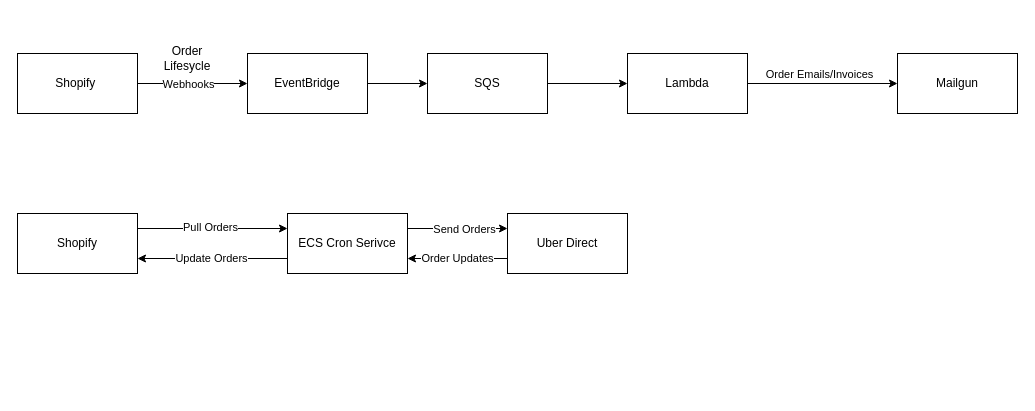
Above: page "Webhooks" (2 of 4) of Everytable_Draft_Diagrams.drawio in alexrsunrise/diagrams (draw.io), before the change. Source tidied: cells renumbered, new cells numbered last; positions are measured from the earlier drawing's top-left corner, leaving out a move shared by most shapes. Both pictures are drawn from the tidied source at 100%, with x=0, y=0 at pixel (17, 43).
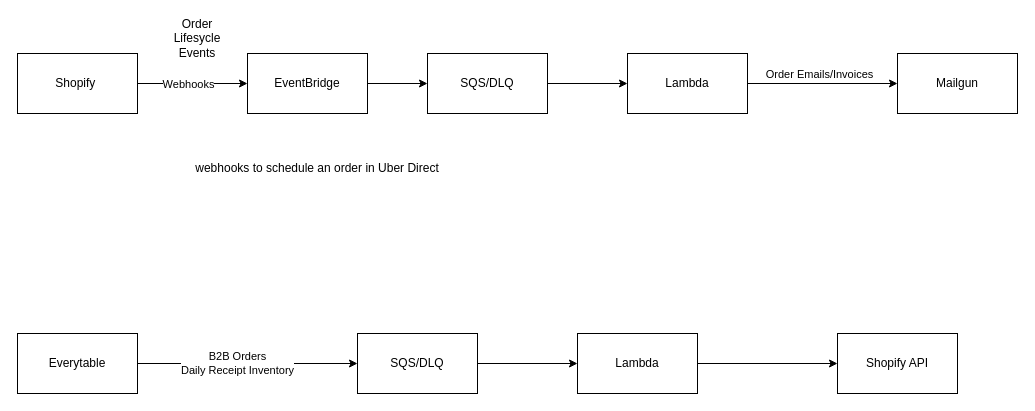
The same diagram, later.

Diff of the diagram source:
```diff
@@
-    <mxCell id="7" value="Order Lifesycle" style="text;html=1;align=center;verticalAlign=middle;whiteSpace=wrap;rounded=0;" parent="1" vertex="1">
-      <mxGeometry x="140" width="60" height="30" as="geometry" />
+    <mxCell id="7" value="Order Lifesycle Events" style="text;html=1;align=center;verticalAlign=middle;whiteSpace=wrap;rounded=0;" parent="1" vertex="1">
+      <mxGeometry x="150" y="-20" width="60" height="30" as="geometry" />
     </mxCell>
@@
-    <mxCell id="9" value="SQS" style="rounded=0;whiteSpace=wrap;html=1;" parent="1" vertex="1">
+    <mxCell id="9" value="SQS/DLQ" style="rounded=0;whiteSpace=wrap;html=1;" parent="1" vertex="1">
       <mxGeometry x="410" y="10" width="120" height="60" as="geometry" />
     </mxCell>
@@
-    <mxCell id="14" style="edgeStyle=orthogonalEdgeStyle;rounded=0;jettySize=auto;html=1;exitX=1;exitY=0.25;exitDx=0;exitDy=0;entryX=0;entryY=0.25;entryDx=0;entryDy=0;" parent="1" edge="1" source="16" target="21">
-      <mxGeometry relative="1" as="geometry" />
-    </mxCell>
-    <mxCell id="15" value="Pull Orders" style="edgeLabel;html=1;align=center;verticalAlign=middle;" parent="14" vertex="1">
-      <mxGeometry x="-0.04" y="2" relative="1" as="geometry" />
-    </mxCell>
-    <mxCell id="16" value="Shopify" style="rounded=0;whiteSpace=wrap;html=1;" parent="1" vertex="1">
-      <mxGeometry y="170" width="120" height="60" as="geometry" />
-    </mxCell>
-    <mxCell id="17" style="edgeStyle=orthogonalEdgeStyle;rounded=0;jettySize=auto;html=1;exitX=1;exitY=0.25;exitDx=0;exitDy=0;entryX=0;entryY=0.25;entryDx=0;entryDy=0;" parent="1" edge="1" source="21" target="23">
-      <mxGeometry relative="1" as="geometry" />
-    </mxCell>
-    <mxCell id="18" value="Send Orders" style="edgeLabel;html=1;align=center;verticalAlign=middle;" parent="17" vertex="1">
-      <mxGeometry x="0.12" relative="1" as="geometry" />
-    </mxCell>
-    <mxCell id="19" style="edgeStyle=orthogonalEdgeStyle;rounded=0;jettySize=auto;html=1;exitX=0;exitY=0.75;exitDx=0;exitDy=0;entryX=1;entryY=0.75;entryDx=0;entryDy=0;" parent="1" edge="1" source="21" target="16">
-      <mxGeometry relative="1" as="geometry" />
-    </mxCell>
-    <mxCell id="20" value="Update Orders" style="edgeLabel;html=1;align=center;verticalAlign=middle;" parent="19" vertex="1">
-      <mxGeometry x="0.03" y="-1" relative="1" as="geometry" />
-    </mxCell>
-    <mxCell id="21" value="ECS Cron Serivce" style="rounded=0;whiteSpace=wrap;html=1;" parent="1" vertex="1">
-      <mxGeometry x="270" y="170" width="120" height="60" as="geometry" />
-    </mxCell>
-    <mxCell id="22" value="Order Updates" style="edgeStyle=orthogonalEdgeStyle;rounded=0;jettySize=auto;html=1;exitX=0;exitY=0.75;exitDx=0;exitDy=0;entryX=1;entryY=0.75;entryDx=0;entryDy=0;" parent="1" edge="1" source="23" target="21">
-      <mxGeometry relative="1" as="geometry" />
-    </mxCell>
-    <mxCell id="23" value="Uber Direct" style="rounded=0;whiteSpace=wrap;html=1;" parent="1" vertex="1">
-      <mxGeometry x="490" y="170" width="120" height="60" as="geometry" />
-    </mxCell>
+    <mxCell id="24" style="edgeStyle=orthogonalEdgeStyle;rounded=0;jettySize=auto;html=1;entryX=0;entryY=0.5;entryDx=0;entryDy=0;" parent="1" edge="1" source="26" target="28">
+      <mxGeometry relative="1" as="geometry" />
+    </mxCell>
+    <mxCell id="25" value="B2B Orders&lt;div&gt;Daily Receipt Inventory&lt;/div&gt;" style="edgeLabel;html=1;align=center;verticalAlign=middle;" parent="24" vertex="1">
+      <mxGeometry x="-0.1" y="1" relative="1" as="geometry" />
+    </mxCell>
+    <mxCell id="26" value="Everytable" style="rounded=0;whiteSpace=wrap;html=1;" parent="1" vertex="1">
+      <mxGeometry y="290" width="120" height="60" as="geometry" />
+    </mxCell>
+    <mxCell id="27" style="edgeStyle=orthogonalEdgeStyle;rounded=0;jettySize=auto;html=1;entryX=0;entryY=0.5;entryDx=0;entryDy=0;" parent="1" edge="1" source="28" target="30">
+      <mxGeometry relative="1" as="geometry" />
+    </mxCell>
+    <mxCell id="28" value="SQS/DLQ" style="rounded=0;whiteSpace=wrap;html=1;" parent="1" vertex="1">
+      <mxGeometry x="340" y="290" width="120" height="60" as="geometry" />
+    </mxCell>
+    <mxCell id="29" style="edgeStyle=orthogonalEdgeStyle;rounded=0;jettySize=auto;html=1;entryX=0;entryY=0.5;entryDx=0;entryDy=0;" parent="1" edge="1" source="30" target="31">
+      <mxGeometry relative="1" as="geometry" />
+    </mxCell>
+    <mxCell id="30" value="Lambda" style="rounded=0;whiteSpace=wrap;html=1;" parent="1" vertex="1">
+      <mxGeometry x="560" y="290" width="120" height="60" as="geometry" />
+    </mxCell>
+    <mxCell id="31" value="Shopify API" style="rounded=0;whiteSpace=wrap;html=1;" parent="1" vertex="1">
+      <mxGeometry x="820" y="290" width="120" height="60" as="geometry" />
+    </mxCell>
+    <mxCell id="32" value="webhooks to schedule an order in Uber Direct" style="text;html=1;align=center;verticalAlign=middle;whiteSpace=wrap;rounded=0;" parent="1" vertex="1">
+      <mxGeometry x="160" y="110" width="280" height="30" as="geometry" />
+    </mxCell>
```
